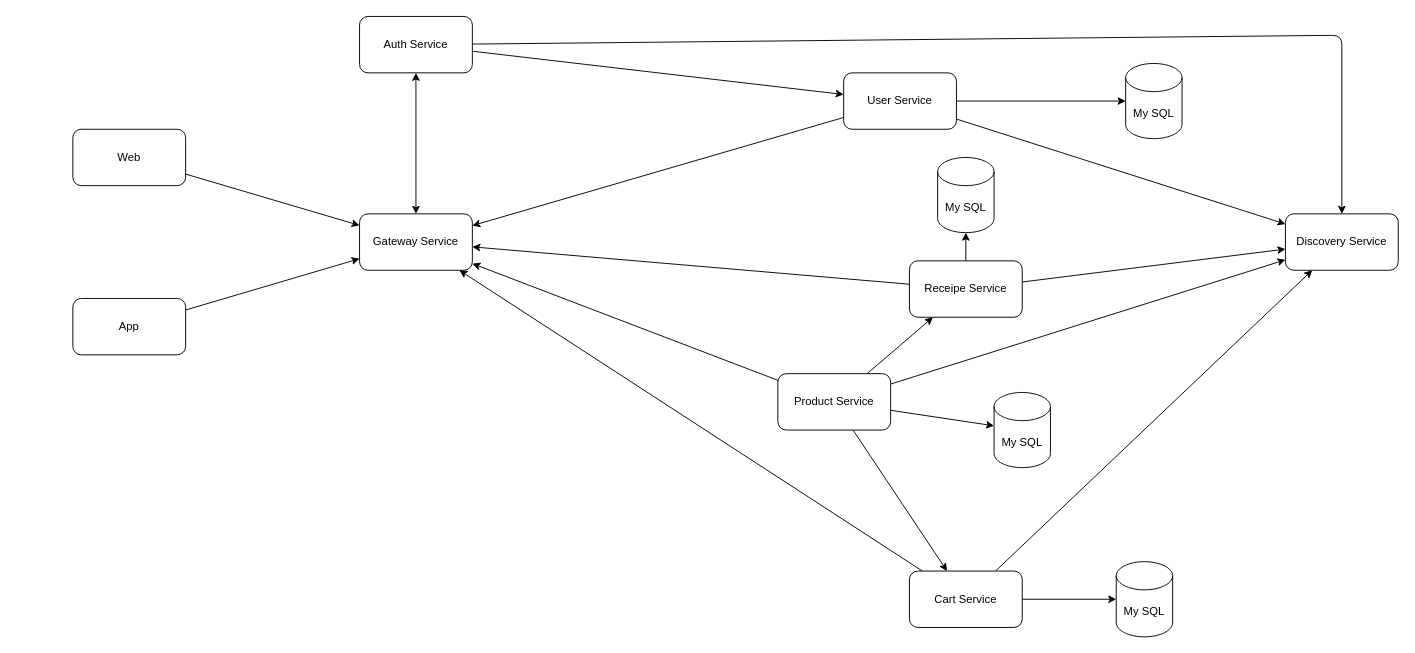
The draw.io diagram design/sevice.drawio in manish465/recipe-sharing-platform, before the edit. Source tidied: cells renumbered, new cells numbered last; positions are measured from the earlier drawing's top-left corner, leaving out a move shared by most shapes. Both pictures are drawn from the tidied source at 94%, with x=0, y=0 at pixel (72, 16).
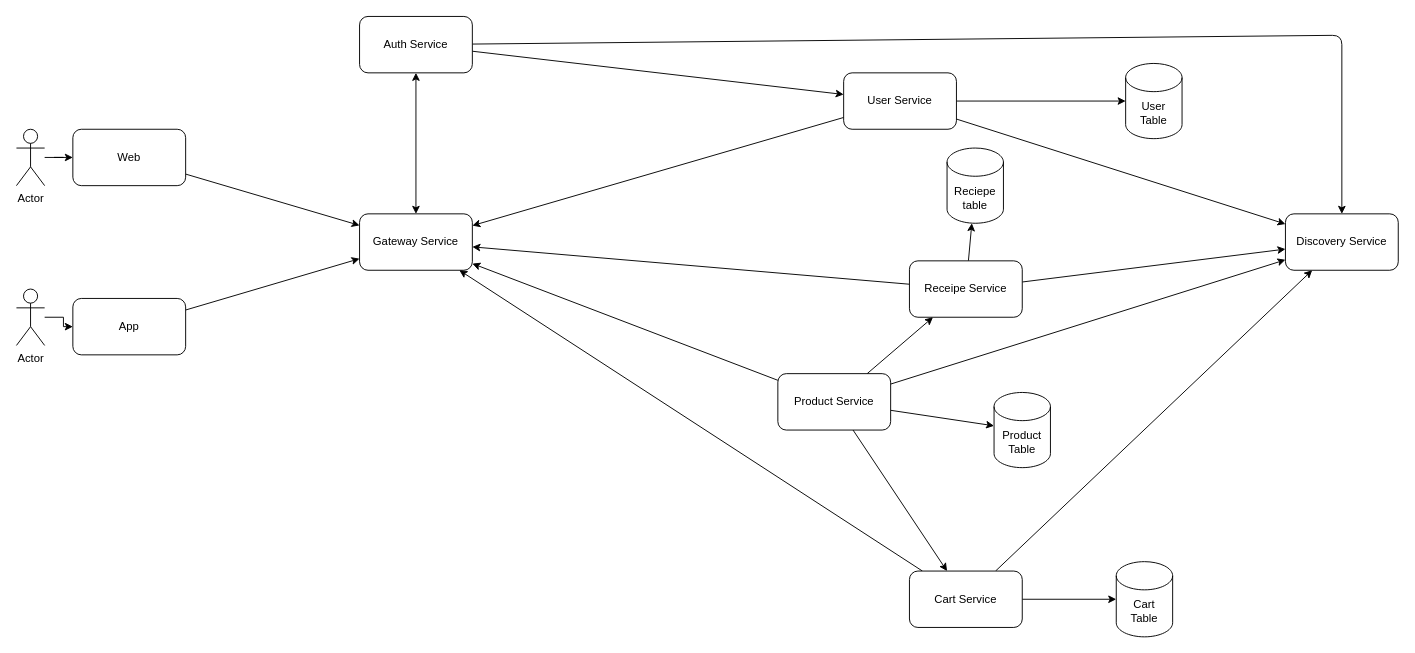
The same page after the edit.

The change refers to these unchanged cells:
```xml
<mxCell id="16" value="Web" style="rounded=1;whiteSpace=wrap;html=1;" parent="1" vertex="1">
  <mxGeometry y="120" width="120" height="60" as="geometry" />
</mxCell>
<mxCell id="29" value="App" style="rounded=1;whiteSpace=wrap;html=1;" parent="1" vertex="1">
  <mxGeometry y="300" width="120" height="60" as="geometry" />
</mxCell>
```

Change to the diagram source:
```diff
@@
-    <mxCell id="30" value="My SQL" style="shape=cylinder3;whiteSpace=wrap;html=1;boundedLbl=1;backgroundOutline=1;size=15;" parent="1" vertex="1">
+    <mxCell id="30" value="User&lt;br&gt;Table" style="shape=cylinder3;whiteSpace=wrap;html=1;boundedLbl=1;backgroundOutline=1;size=15;" parent="1" vertex="1">
       <mxGeometry x="1120" y="50" width="60" height="80" as="geometry" />
     </mxCell>
-    <mxCell id="31" value="My SQL" style="shape=cylinder3;whiteSpace=wrap;html=1;boundedLbl=1;backgroundOutline=1;size=15;" parent="1" vertex="1">
-      <mxGeometry x="920" y="150" width="60" height="80" as="geometry" />
+    <mxCell id="31" value="Reciepe&lt;br&gt;table" style="shape=cylinder3;whiteSpace=wrap;html=1;boundedLbl=1;backgroundOutline=1;size=15;" parent="1" vertex="1">
+      <mxGeometry x="930" y="140" width="60" height="80" as="geometry" />
     </mxCell>
-    <mxCell id="32" value="My SQL" style="shape=cylinder3;whiteSpace=wrap;html=1;boundedLbl=1;backgroundOutline=1;size=15;" parent="1" vertex="1">
+    <mxCell id="32" value="Product Table" style="shape=cylinder3;whiteSpace=wrap;html=1;boundedLbl=1;backgroundOutline=1;size=15;" parent="1" vertex="1">
       <mxGeometry x="980" y="400" width="60" height="80" as="geometry" />
     </mxCell>
-    <mxCell id="33" value="My SQL" style="shape=cylinder3;whiteSpace=wrap;html=1;boundedLbl=1;backgroundOutline=1;size=15;" parent="1" vertex="1">
+    <mxCell id="33" value="Cart&lt;br&gt;Table" style="shape=cylinder3;whiteSpace=wrap;html=1;boundedLbl=1;backgroundOutline=1;size=15;" parent="1" vertex="1">
       <mxGeometry x="1110" y="580" width="60" height="80" as="geometry" />
     </mxCell>
+    <mxCell id="34" style="edgeStyle=orthogonalEdgeStyle;rounded=0;jettySize=auto;html=1;" parent="1" edge="1" source="35" target="16">
+      <mxGeometry relative="1" as="geometry" />
+    </mxCell>
+    <mxCell id="35" value="Actor" style="shape=umlActor;verticalLabelPosition=bottom;verticalAlign=top;html=1;outlineConnect=0;" parent="1" vertex="1">
+      <mxGeometry x="-60" y="120" width="30" height="60" as="geometry" />
+    </mxCell>
+    <mxCell id="36" style="edgeStyle=orthogonalEdgeStyle;rounded=0;jettySize=auto;html=1;" parent="1" edge="1" source="37" target="29">
+      <mxGeometry relative="1" as="geometry" />
+    </mxCell>
+    <mxCell id="37" value="Actor" style="shape=umlActor;verticalLabelPosition=bottom;verticalAlign=top;html=1;outlineConnect=0;" parent="1" vertex="1">
+      <mxGeometry x="-60" y="290" width="30" height="60" as="geometry" />
+    </mxCell>
```
